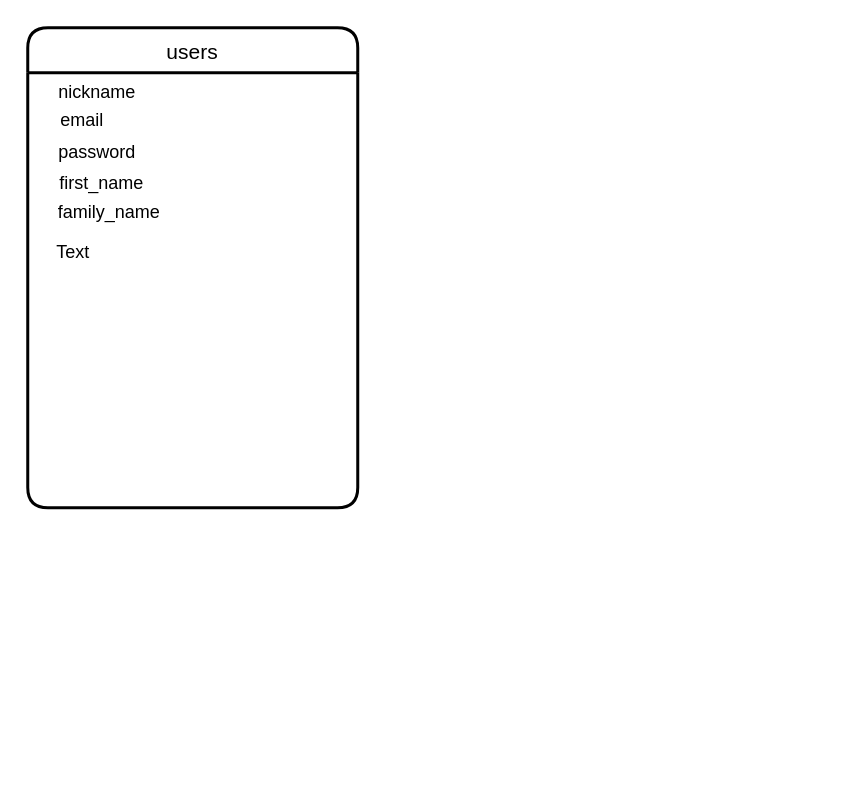
The draw.io diagram furima.dio in minariver/furima-35433, before the edit. Source tidied: cells renumbered, new cells numbered last; positions are measured from the earlier drawing's top-left corner, leaving out a move shared by most shapes. Both pictures are drawn from the tidied source at 150%, with x=0, y=0 at pixel (27, 27).
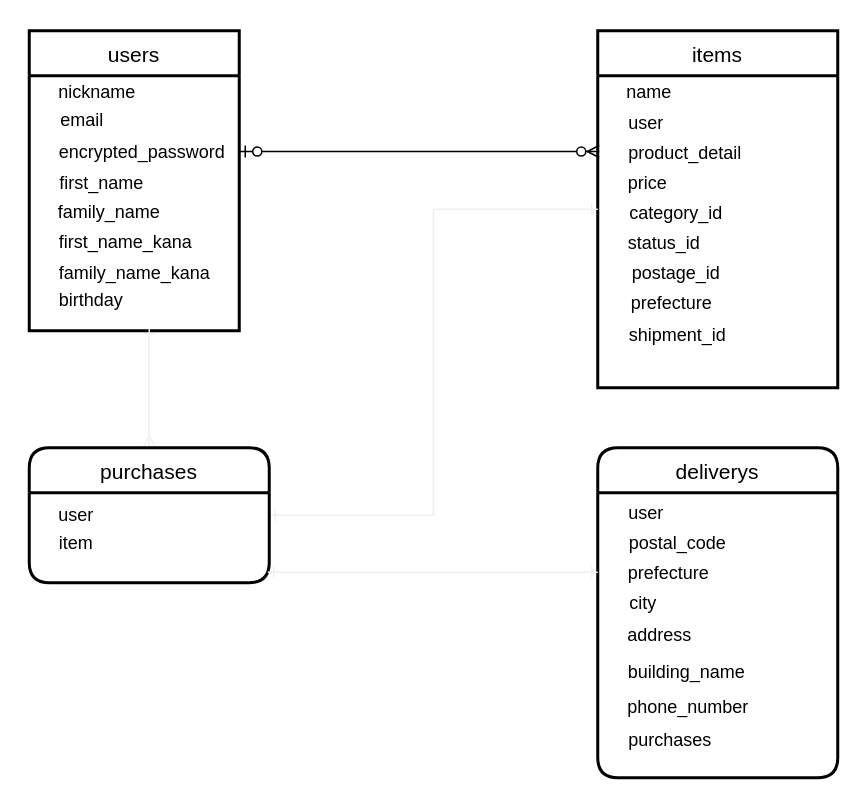
After the change.

The edit, as a diff of the source:
```diff
@@
-    <mxCell id="2" value="users" style="swimlane;horizontal=1;startSize=30;rounded=1;fontSize=14;fontStyle=0;strokeWidth=2;shadow=0;dashed=0;align=center;" parent="1" vertex="1">
-      <mxGeometry width="220" height="320" as="geometry" />
+    <mxCell id="2" value="users" style="swimlane;horizontal=1;startSize=30;fontSize=14;fontStyle=0;strokeWidth=2;shadow=0;dashed=0;align=center;" parent="1" vertex="1">
+      <mxGeometry x="1" y="2" width="140" height="200" as="geometry" />
     </mxCell>
@@
-    <mxCell id="5" value="password&lt;br&gt;" style="text;html=1;align=center;verticalAlign=middle;" parent="1" vertex="1">
-      <mxGeometry x="11" y="73" width="70" height="20" as="geometry" />
+    <mxCell id="5" value="encrypted_password" style="text;html=1;align=center;verticalAlign=middle;" parent="1" vertex="1">
+      <mxGeometry x="11" y="73" width="130" height="20" as="geometry" />
     </mxCell>
@@
-    <mxCell id="8" value="Text" style="text;html=1;align=center;verticalAlign=middle;" parent="1" vertex="1">
-      <mxGeometry x="10" y="140" width="40" height="20" as="geometry" />
+    <mxCell id="8" value="first_name_kana" style="text;html=1;align=center;verticalAlign=middle;" parent="1" vertex="1">
+      <mxGeometry x="15" y="133" width="100" height="20" as="geometry" />
     </mxCell>
+    <mxCell id="9" value="family_name_kana" style="text;html=1;align=center;verticalAlign=middle;" parent="1" vertex="1">
+      <mxGeometry x="11" y="154" width="120" height="20" as="geometry" />
+    </mxCell>
+    <mxCell id="10" value="birthday" style="text;html=1;align=center;verticalAlign=middle;" parent="1" vertex="1">
+      <mxGeometry x="12" y="172" width="60" height="20" as="geometry" />
+    </mxCell>
+    <mxCell id="11" value="items" style="swimlane;horizontal=1;startSize=30;fontSize=14;fontStyle=0;strokeWidth=2;shadow=0;dashed=0;align=center;" parent="1" vertex="1">
+      <mxGeometry x="380" y="2" width="160" height="238" as="geometry" />
+    </mxCell>
+    <mxCell id="12" value="name" style="text;html=1;align=center;verticalAlign=middle;" parent="1" vertex="1">
+      <mxGeometry x="389" y="33" width="50" height="20" as="geometry" />
+    </mxCell>
+    <mxCell id="13" value="user" style="text;html=1;align=center;verticalAlign=middle;" parent="1" vertex="1">
+      <mxGeometry x="392" y="54" width="40" height="20" as="geometry" />
+    </mxCell>
+    <mxCell id="14" value="product_detail" style="text;html=1;align=center;verticalAlign=middle;" parent="1" vertex="1">
+      <mxGeometry x="393" y="74" width="90" height="20" as="geometry" />
+    </mxCell>
+    <mxCell id="15" value="price" style="text;html=1;align=center;verticalAlign=middle;" parent="1" vertex="1">
+      <mxGeometry x="393" y="94" width="40" height="20" as="geometry" />
+    </mxCell>
+    <mxCell id="16" value="category_id" style="text;html=1;align=center;verticalAlign=middle;" parent="1" vertex="1">
+      <mxGeometry x="392" y="114" width="80" height="20" as="geometry" />
+    </mxCell>
+    <mxCell id="17" value="status_id" style="text;html=1;align=center;verticalAlign=middle;" parent="1" vertex="1">
+      <mxGeometry x="394" y="134" width="60" height="20" as="geometry" />
+    </mxCell>
+    <mxCell id="18" value="postage_id" style="text;html=1;align=center;verticalAlign=middle;" parent="1" vertex="1">
+      <mxGeometry x="397" y="154" width="70" height="20" as="geometry" />
+    </mxCell>
+    <mxCell id="19" value="prefecture" style="text;html=1;align=center;verticalAlign=middle;" parent="1" vertex="1">
+      <mxGeometry x="394" y="174" width="70" height="20" as="geometry" />
+    </mxCell>
+    <mxCell id="20" value="shipment_id" style="text;html=1;align=center;verticalAlign=middle;" parent="1" vertex="1">
+      <mxGeometry x="393" y="195" width="80" height="20" as="geometry" />
+    </mxCell>
+    <mxCell id="21" style="edgeStyle=entityRelationEdgeStyle;fontSize=12;html=1;endArrow=ERzeroToMany;startArrow=ERzeroToOne;" parent="1" edge="1">
+      <mxGeometry relative="1" as="geometry">
+        <mxPoint x="141" y="82.5" as="sourcePoint" />
+        <mxPoint x="381" y="82.5" as="targetPoint" />
+      </mxGeometry>
+    </mxCell>
+    <mxCell id="22" style="edgeStyle=orthogonalEdgeStyle;rounded=0;jettySize=auto;html=1;strokeColor=#f0f0f0;startArrow=ERmany;startFill=0;endArrow=ERone;endFill=0;" parent="1" edge="1" source="24">
+      <mxGeometry relative="1" as="geometry">
+        <mxPoint x="81" y="200" as="targetPoint" />
+        <Array as="points">
+          <mxPoint x="81" y="240" />
+          <mxPoint x="81" y="240" />
+        </Array>
+      </mxGeometry>
+    </mxCell>
+    <mxCell id="23" style="rounded=0;jettySize=auto;html=1;exitX=1;exitY=0.5;exitDx=0;exitDy=0;entryX=0;entryY=0.5;entryDx=0;entryDy=0;startArrow=ERone;startFill=0;endArrow=ERone;endFill=0;strokeColor=#f0f0f0;edgeStyle=orthogonalEdgeStyle;" parent="1" edge="1" source="24" target="11">
+      <mxGeometry relative="1" as="geometry" />
+    </mxCell>
+    <mxCell id="24" value="purchases" style="swimlane;horizontal=1;startSize=30;rounded=1;fontSize=14;fontStyle=0;strokeWidth=2;shadow=0;dashed=0;align=center;" parent="1" vertex="1">
+      <mxGeometry x="1" y="280" width="160" height="90" as="geometry" />
+    </mxCell>
+    <mxCell id="25" value="user" style="text;html=1;align=center;verticalAlign=middle;" parent="1" vertex="1">
+      <mxGeometry x="12" y="315" width="40" height="20" as="geometry" />
+    </mxCell>
+    <mxCell id="26" value="item" style="text;html=1;align=center;verticalAlign=middle;" parent="1" vertex="1">
+      <mxGeometry x="12" y="334" width="40" height="20" as="geometry" />
+    </mxCell>
+    <mxCell id="27" value="deliverys" style="swimlane;horizontal=1;startSize=30;rounded=1;fontSize=14;fontStyle=0;strokeWidth=2;shadow=0;dashed=0;align=center;" parent="1" vertex="1">
+      <mxGeometry x="380" y="280" width="160" height="220" as="geometry" />
+    </mxCell>
+    <mxCell id="28" value="user" style="text;html=1;align=center;verticalAlign=middle;" parent="1" vertex="1">
+      <mxGeometry x="392" y="314" width="40" height="20" as="geometry" />
+    </mxCell>
+    <mxCell id="29" value="postal_code" style="text;html=1;align=center;verticalAlign=middle;" parent="1" vertex="1">
+      <mxGeometry x="393" y="334" width="80" height="20" as="geometry" />
+    </mxCell>
+    <mxCell id="30" value="prefecture" style="text;html=1;align=center;verticalAlign=middle;" parent="1" vertex="1">
+      <mxGeometry x="392" y="354" width="70" height="20" as="geometry" />
+    </mxCell>
+    <mxCell id="31" value="city" style="text;html=1;align=center;verticalAlign=middle;" parent="1" vertex="1">
+      <mxGeometry x="395" y="374" width="30" height="20" as="geometry" />
+    </mxCell>
+    <mxCell id="32" value="address" style="text;html=1;align=center;verticalAlign=middle;" parent="1" vertex="1">
+      <mxGeometry x="391" y="395" width="60" height="20" as="geometry" />
+    </mxCell>
+    <mxCell id="33" value="building_name" style="text;html=1;align=center;verticalAlign=middle;" parent="1" vertex="1">
+      <mxGeometry x="394" y="420" width="90" height="20" as="geometry" />
+    </mxCell>
+    <mxCell id="34" value="phone_number" style="text;html=1;align=center;verticalAlign=middle;" parent="1" vertex="1">
+      <mxGeometry x="390" y="443" width="100" height="20" as="geometry" />
+    </mxCell>
+    <mxCell id="35" style="fontSize=12;html=1;endArrow=ERone;startArrow=ERone;strokeColor=#f0f0f0;startFill=0;endFill=0;" parent="1" edge="1">
+      <mxGeometry relative="1" as="geometry">
+        <mxPoint x="160" y="363" as="sourcePoint" />
+        <mxPoint x="380" y="363" as="targetPoint" />
+      </mxGeometry>
+    </mxCell>
+    <mxCell id="36" value="purchases" style="text;html=1;align=center;verticalAlign=middle;" parent="1" vertex="1">
+      <mxGeometry x="393" y="465" width="70" height="20" as="geometry" />
+    </mxCell>
```
